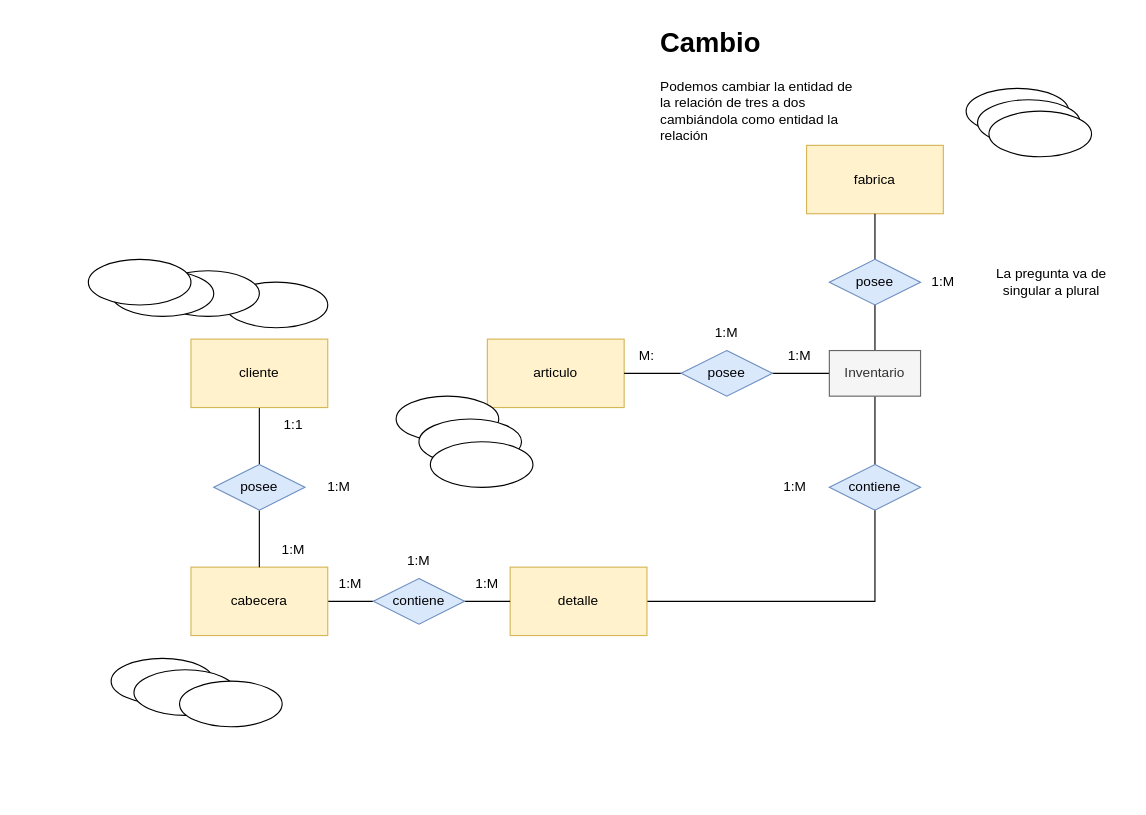
Mundrack/Base-de-datos keeps this draw.io diagram as Empresaejercicio1.drawio. Above is the earlier version. Source tidied: cells renumbered, new cells numbered last; positions are measured from the earlier drawing's top-left corner, leaving out a move shared by most shapes. Both pictures are drawn from the tidied source at 114%, with x=0, y=0 at pixel (88, 19).
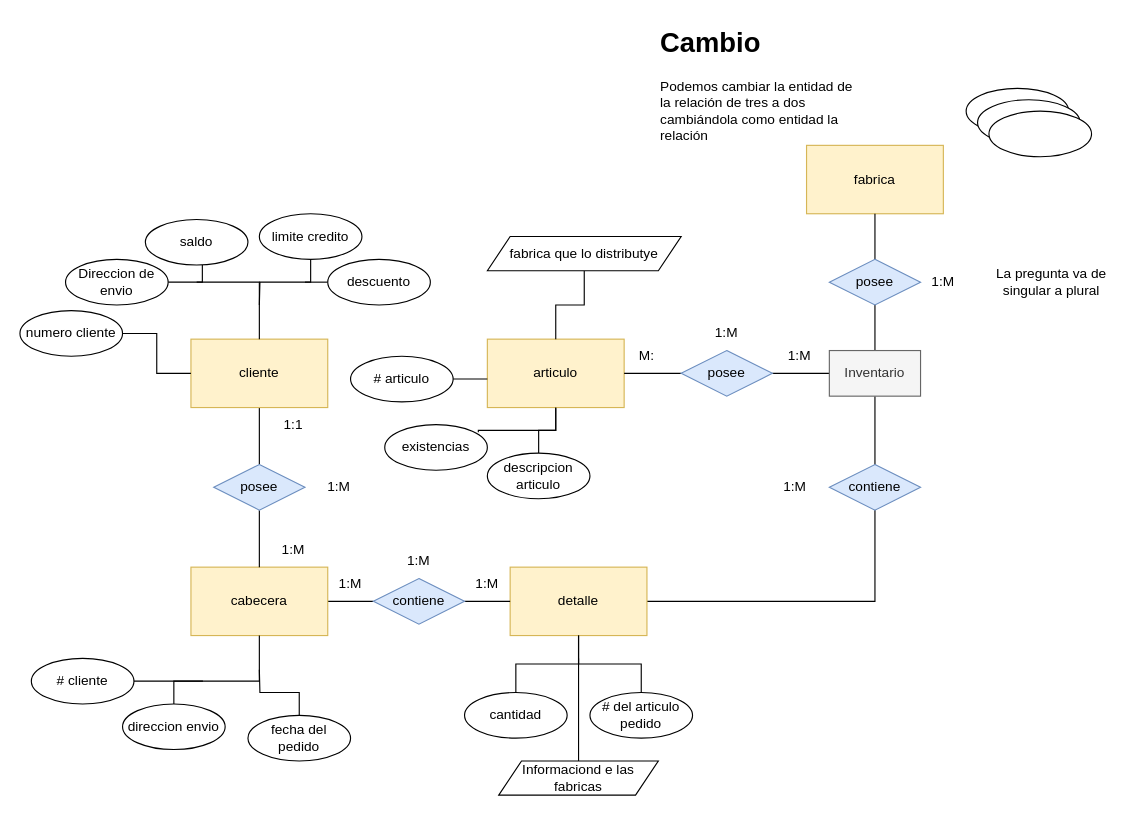
Above is the later version.

Unchanged cells that the change refers to:
```xml
<mxCell id="3" value="detalle" style="rounded=0;whiteSpace=wrap;html=1;fillColor=#fff2cc;strokeColor=#d6b656;" parent="1" vertex="1">
  <mxGeometry x="370" y="480" width="120" height="60" as="geometry" />
</mxCell>
<mxCell id="6" value="cabecera" style="rounded=0;whiteSpace=wrap;html=1;fillColor=#fff2cc;strokeColor=#d6b656;" parent="1" vertex="1">
  <mxGeometry x="90" y="480" width="120" height="60" as="geometry" />
</mxCell>
<mxCell id="8" value="articulo" style="rounded=0;whiteSpace=wrap;html=1;fillColor=#fff2cc;strokeColor=#d6b656;" parent="1" vertex="1">
  <mxGeometry x="350" y="280" width="120" height="60" as="geometry" />
</mxCell>
<mxCell id="10" value="cliente" style="rounded=0;whiteSpace=wrap;html=1;fillColor=#fff2cc;strokeColor=#d6b656;" parent="1" vertex="1">
  <mxGeometry x="90" y="280" width="120" height="60" as="geometry" />
</mxCell>
```

What changed in the source:
```diff
@@
+    <mxCell id="47" style="edgeStyle=orthogonalEdgeStyle;rounded=0;jettySize=auto;html=1;entryX=0.5;entryY=0;entryDx=0;entryDy=0;endArrow=none;endFill=0;" parent="1" edge="1" source="8" target="30">
+      <mxGeometry relative="1" as="geometry" />
+    </mxCell>
@@
+    <mxCell id="48" style="edgeStyle=orthogonalEdgeStyle;rounded=0;jettySize=auto;html=1;endArrow=none;endFill=0;" parent="1" edge="1" source="24">
+      <mxGeometry relative="1" as="geometry">
+        <mxPoint x="150" y="250" as="targetPoint" />
+      </mxGeometry>
+    </mxCell>
-    <mxCell id="24" style="ellipse;whiteSpace=wrap;html=1;" parent="1" vertex="1">
-      <mxGeometry x="120" y="230" width="90" height="40" as="geometry" />
+    <mxCell id="24" value="limite credito" style="ellipse;whiteSpace=wrap;html=1;" parent="1" vertex="1">
+      <mxGeometry x="150" y="170" width="90" height="40" as="geometry" />
     </mxCell>
+    <mxCell id="49" style="edgeStyle=orthogonalEdgeStyle;rounded=0;jettySize=auto;html=1;endArrow=none;endFill=0;" parent="1" edge="1" source="25">
+      <mxGeometry relative="1" as="geometry">
+        <mxPoint x="95" y="230" as="targetPoint" />
+        <Array as="points">
+          <mxPoint x="100" y="230" />
+        </Array>
+      </mxGeometry>
+    </mxCell>
-    <mxCell id="25" style="ellipse;whiteSpace=wrap;html=1;" parent="1" vertex="1">
-      <mxGeometry x="60" y="220" width="90" height="40" as="geometry" />
+    <mxCell id="25" value="saldo" style="ellipse;whiteSpace=wrap;html=1;" parent="1" vertex="1">
+      <mxGeometry x="50" y="175" width="90" height="40" as="geometry" />
     </mxCell>
+    <mxCell id="50" style="edgeStyle=orthogonalEdgeStyle;rounded=0;jettySize=auto;html=1;endArrow=none;endFill=0;" parent="1" edge="1" source="26" target="10">
+      <mxGeometry relative="1" as="geometry" />
+    </mxCell>
-    <mxCell id="26" style="ellipse;whiteSpace=wrap;html=1;" parent="1" vertex="1">
-      <mxGeometry x="20" y="220" width="90" height="40" as="geometry" />
+    <mxCell id="26" value="Direccion de envio" style="ellipse;whiteSpace=wrap;html=1;" parent="1" vertex="1">
+      <mxGeometry x="-20" y="210" width="90" height="40" as="geometry" />
     </mxCell>
+    <mxCell id="51" style="edgeStyle=orthogonalEdgeStyle;rounded=0;jettySize=auto;html=1;endArrow=none;endFill=0;" parent="1" edge="1" source="27" target="10">
+      <mxGeometry relative="1" as="geometry" />
+    </mxCell>
-    <mxCell id="27" style="ellipse;whiteSpace=wrap;html=1;" parent="1" vertex="1">
-      <mxGeometry y="210" width="90" height="40" as="geometry" />
+    <mxCell id="27" value="numero cliente" style="ellipse;whiteSpace=wrap;html=1;" parent="1" vertex="1">
+      <mxGeometry x="-60" y="255" width="90" height="40" as="geometry" />
     </mxCell>
-    <mxCell id="28" style="ellipse;whiteSpace=wrap;html=1;" parent="1" vertex="1">
-      <mxGeometry x="270" y="330" width="90" height="40" as="geometry" />
+    <mxCell id="28" value="# articulo" style="ellipse;whiteSpace=wrap;html=1;" parent="1" vertex="1">
+      <mxGeometry x="230" y="295" width="90" height="40" as="geometry" />
     </mxCell>
-    <mxCell id="29" style="ellipse;whiteSpace=wrap;html=1;" parent="1" vertex="1">
-      <mxGeometry x="290" y="350" width="90" height="40" as="geometry" />
+    <mxCell id="29" value="existencias" style="ellipse;whiteSpace=wrap;html=1;" parent="1" vertex="1">
+      <mxGeometry x="260" y="355" width="90" height="40" as="geometry" />
     </mxCell>
-    <mxCell id="30" style="ellipse;whiteSpace=wrap;html=1;" parent="1" vertex="1">
-      <mxGeometry x="300" y="370" width="90" height="40" as="geometry" />
+    <mxCell id="30" value="descripcion articulo" style="ellipse;whiteSpace=wrap;html=1;" parent="1" vertex="1">
+      <mxGeometry x="350" y="380" width="90" height="40" as="geometry" />
     </mxCell>
+    <mxCell id="52" style="edgeStyle=orthogonalEdgeStyle;rounded=0;jettySize=auto;html=1;entryX=0.5;entryY=1;entryDx=0;entryDy=0;endArrow=none;endFill=0;" parent="1" edge="1" source="31" target="6">
+      <mxGeometry relative="1" as="geometry" />
+    </mxCell>
-    <mxCell id="31" style="ellipse;whiteSpace=wrap;html=1;" parent="1" vertex="1">
-      <mxGeometry x="20" y="560" width="90" height="40" as="geometry" />
+    <mxCell id="31" value="# cliente" style="ellipse;whiteSpace=wrap;html=1;" parent="1" vertex="1">
+      <mxGeometry x="-50" y="560" width="90" height="40" as="geometry" />
     </mxCell>
+    <mxCell id="53" style="edgeStyle=orthogonalEdgeStyle;rounded=0;jettySize=auto;html=1;endArrow=none;endFill=0;" parent="1" edge="1" source="32">
+      <mxGeometry relative="1" as="geometry">
+        <mxPoint x="100" y="580" as="targetPoint" />
+      </mxGeometry>
+    </mxCell>
-    <mxCell id="32" style="ellipse;whiteSpace=wrap;html=1;" parent="1" vertex="1">
-      <mxGeometry x="40" y="570" width="90" height="40" as="geometry" />
+    <mxCell id="32" value="direccion envio" style="ellipse;whiteSpace=wrap;html=1;" parent="1" vertex="1">
+      <mxGeometry x="30" y="600" width="90" height="40" as="geometry" />
     </mxCell>
+    <mxCell id="54" style="edgeStyle=orthogonalEdgeStyle;rounded=0;jettySize=auto;html=1;endArrow=none;endFill=0;" parent="1" edge="1" source="33">
+      <mxGeometry relative="1" as="geometry">
+        <mxPoint x="150" y="570" as="targetPoint" />
+      </mxGeometry>
+    </mxCell>
-    <mxCell id="33" style="ellipse;whiteSpace=wrap;html=1;" parent="1" vertex="1">
-      <mxGeometry x="80" y="580" width="90" height="40" as="geometry" />
+    <mxCell id="33" value="fecha del pedido" style="ellipse;whiteSpace=wrap;html=1;" parent="1" vertex="1">
+      <mxGeometry x="140" y="610" width="90" height="40" as="geometry" />
     </mxCell>
@@
+    <mxCell id="55" style="edgeStyle=orthogonalEdgeStyle;rounded=0;jettySize=auto;html=1;endArrow=none;endFill=0;" parent="1" edge="1" source="56">
+      <mxGeometry relative="1" as="geometry">
+        <mxPoint x="190" y="230" as="targetPoint" />
+      </mxGeometry>
+    </mxCell>
+    <mxCell id="56" value="descuento" style="ellipse;whiteSpace=wrap;html=1;" parent="1" vertex="1">
+      <mxGeometry x="210" y="210" width="90" height="40" as="geometry" />
+    </mxCell>
+    <mxCell id="57" style="edgeStyle=orthogonalEdgeStyle;rounded=0;jettySize=auto;html=1;entryX=0;entryY=0.583;entryDx=0;entryDy=0;entryPerimeter=0;endArrow=none;endFill=0;" parent="1" edge="1" source="28" target="8">
+      <mxGeometry relative="1" as="geometry" />
+    </mxCell>
+    <mxCell id="58" style="edgeStyle=orthogonalEdgeStyle;rounded=0;jettySize=auto;html=1;entryX=0.912;entryY=0.169;entryDx=0;entryDy=0;entryPerimeter=0;endArrow=none;endFill=0;" parent="1" edge="1" source="8" target="29">
+      <mxGeometry relative="1" as="geometry" />
+    </mxCell>
+    <mxCell id="59" style="edgeStyle=orthogonalEdgeStyle;rounded=0;jettySize=auto;html=1;entryX=0.5;entryY=1;entryDx=0;entryDy=0;endArrow=none;endFill=0;" parent="1" edge="1" source="60" target="3">
+      <mxGeometry relative="1" as="geometry" />
+    </mxCell>
+    <mxCell id="60" value="cantidad" style="ellipse;whiteSpace=wrap;html=1;" parent="1" vertex="1">
+      <mxGeometry x="330" y="590" width="90" height="40" as="geometry" />
+    </mxCell>
+    <mxCell id="61" style="edgeStyle=orthogonalEdgeStyle;rounded=0;jettySize=auto;html=1;entryX=0.5;entryY=1;entryDx=0;entryDy=0;endArrow=none;endFill=0;" parent="1" edge="1" source="62" target="3">
+      <mxGeometry relative="1" as="geometry" />
+    </mxCell>
+    <mxCell id="62" value="# del articulo pedido" style="ellipse;whiteSpace=wrap;html=1;" parent="1" vertex="1">
+      <mxGeometry x="440" y="590" width="90" height="40" as="geometry" />
+    </mxCell>
+    <mxCell id="63" style="edgeStyle=orthogonalEdgeStyle;rounded=0;jettySize=auto;html=1;endArrow=none;endFill=0;" parent="1" edge="1" source="64">
+      <mxGeometry relative="1" as="geometry">
+        <mxPoint x="430" y="560" as="targetPoint" />
+      </mxGeometry>
+    </mxCell>
+    <mxCell id="64" value="Informaciond e las fabricas" style="shape=parallelogram;perimeter=parallelogramPerimeter;whiteSpace=wrap;html=1;fixedSize=1;" parent="1" vertex="1">
+      <mxGeometry x="360" y="650" width="140" height="30" as="geometry" />
+    </mxCell>
+    <mxCell id="65" style="edgeStyle=orthogonalEdgeStyle;rounded=0;jettySize=auto;html=1;endArrow=none;endFill=0;" parent="1" edge="1" source="66" target="8">
+      <mxGeometry relative="1" as="geometry" />
+    </mxCell>
+    <mxCell id="66" value="fabrica que lo distributye" style="shape=parallelogram;perimeter=parallelogramPerimeter;whiteSpace=wrap;html=1;fixedSize=1;" parent="1" vertex="1">
+      <mxGeometry x="350" y="190" width="170" height="30" as="geometry" />
+    </mxCell>
```
